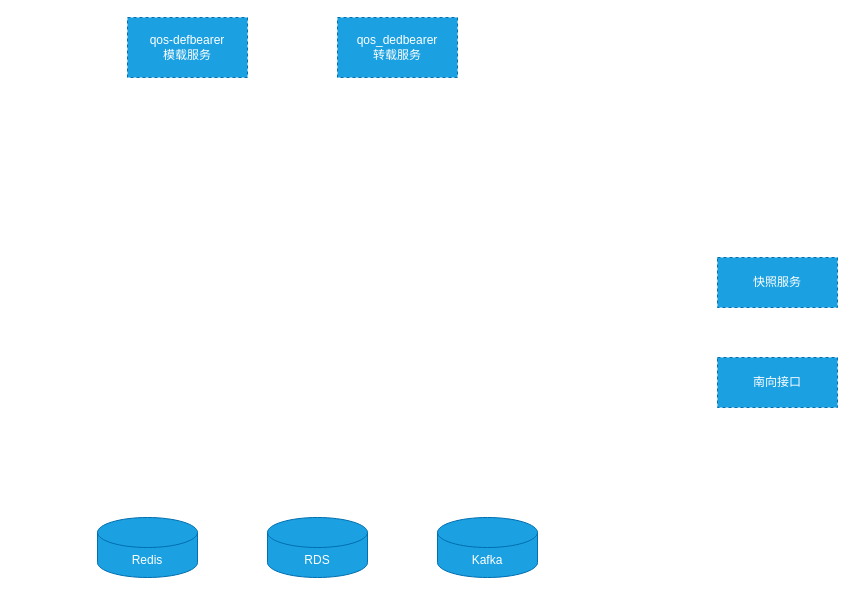
Above: 未命名绘图.drawio in yisish/bookShop (draw.io), before the change. Source tidied: cells renumbered, new cells numbered last; positions are measured from the earlier drawing's top-left corner, leaving out a move shared by most shapes. Both pictures are drawn from the tidied source at 100%, with x=0, y=0 at pixel (97, 17).
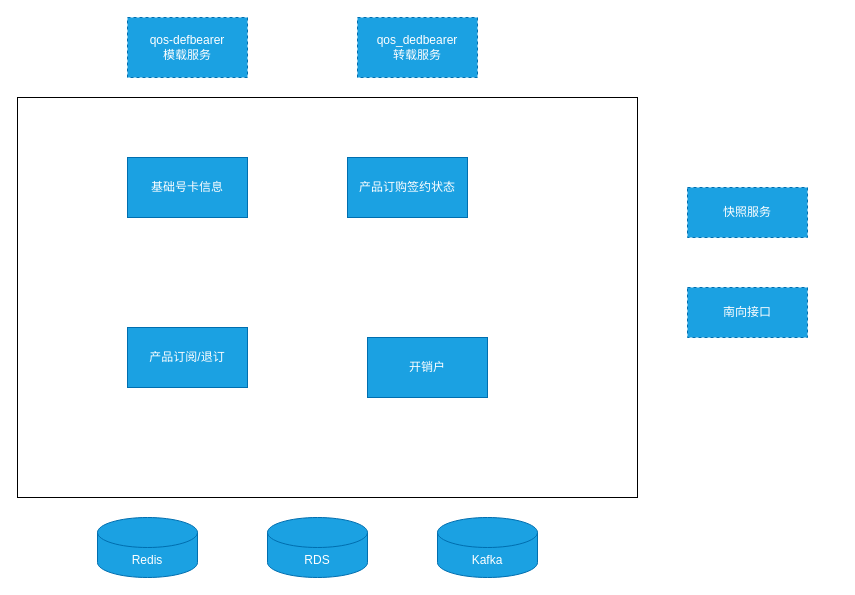
Above is the later version.

Commit message:
用户服务组件图.drawio

Change to the diagram source:
```diff
@@
 <mxGraphModel>
   <root>
     <mxCell id="0" />
     <mxCell id="1" parent="0" />
     <mxCell id="2" value="&lt;div&gt;qos-defbearer&lt;/div&gt;&lt;div&gt;模载服务&lt;/div&gt;" style="rounded=0;whiteSpace=wrap;html=1;fillColor=#1ba1e2;strokeColor=#006EAF;fontColor=#ffffff;dashed=1;" parent="1" vertex="1">
       <mxGeometry x="30" width="120" height="60" as="geometry" />
     </mxCell>
     <mxCell id="3" value="&lt;div&gt;qos_dedbearer&lt;br&gt;&lt;/div&gt;&lt;div&gt;转载服务&lt;/div&gt;" style="rounded=0;whiteSpace=wrap;html=1;fillColor=#1ba1e2;strokeColor=#006EAF;fontColor=#ffffff;dashed=1;" parent="1" vertex="1">
-      <mxGeometry x="240" width="120" height="60" as="geometry" />
+      <mxGeometry x="260" width="120" height="60" as="geometry" />
     </mxCell>
     <mxCell id="4" value="Redis" style="shape=cylinder3;whiteSpace=wrap;html=1;boundedLbl=1;backgroundOutline=1;size=15;fillColor=#1ba1e2;fontColor=#ffffff;strokeColor=#006EAF;" parent="1" vertex="1">
       <mxGeometry y="500" width="100" height="60" as="geometry" />
     </mxCell>
     <mxCell id="5" value="RDS" style="shape=cylinder3;whiteSpace=wrap;html=1;boundedLbl=1;backgroundOutline=1;size=15;fillColor=#1ba1e2;fontColor=#ffffff;strokeColor=#006EAF;" parent="1" vertex="1">
       <mxGeometry x="170" y="500" width="100" height="60" as="geometry" />
     </mxCell>
     <mxCell id="6" value="Kafka" style="shape=cylinder3;whiteSpace=wrap;html=1;boundedLbl=1;backgroundOutline=1;size=15;fillColor=#1ba1e2;fontColor=#ffffff;strokeColor=#006EAF;" parent="1" vertex="1">
       <mxGeometry x="340" y="500" width="100" height="60" as="geometry" />
     </mxCell>
     <mxCell id="7" value="&lt;div&gt;&lt;span style=&quot;background-color: initial;&quot;&gt;快照服务&lt;/span&gt;&lt;br&gt;&lt;/div&gt;" style="rounded=0;whiteSpace=wrap;html=1;fillColor=#1ba1e2;strokeColor=#006EAF;fontColor=#ffffff;dashed=1;" parent="1" vertex="1">
-      <mxGeometry x="620" y="240" width="120" height="50" as="geometry" />
+      <mxGeometry x="590" y="170" width="120" height="50" as="geometry" />
     </mxCell>
     <mxCell id="8" value="&lt;div&gt;南向接口&lt;/div&gt;" style="rounded=0;whiteSpace=wrap;html=1;fillColor=#1ba1e2;strokeColor=#006EAF;fontColor=#ffffff;dashed=1;" parent="1" vertex="1">
-      <mxGeometry x="620" y="340" width="120" height="50" as="geometry" />
+      <mxGeometry x="590" y="270" width="120" height="50" as="geometry" />
     </mxCell>
+    <mxCell id="9" style="rounded=0;whiteSpace=wrap;html=1;" parent="1" vertex="1">
+      <mxGeometry x="-80" y="80" width="620" height="400" as="geometry" />
+    </mxCell>
+    <mxCell id="10" value="基础号卡信息" style="rounded=0;whiteSpace=wrap;html=1;fillColor=#1ba1e2;fontColor=#ffffff;strokeColor=#006EAF;" parent="1" vertex="1">
+      <mxGeometry x="30" y="140" width="120" height="60" as="geometry" />
+    </mxCell>
+    <mxCell id="11" value="开销户" style="rounded=0;whiteSpace=wrap;html=1;fillColor=#1ba1e2;fontColor=#ffffff;strokeColor=#006EAF;" parent="1" vertex="1">
+      <mxGeometry x="270" y="320" width="120" height="60" as="geometry" />
+    </mxCell>
+    <mxCell id="12" value="产品订阅/退订" style="rounded=0;whiteSpace=wrap;html=1;fillColor=#1ba1e2;fontColor=#ffffff;strokeColor=#006EAF;" parent="1" vertex="1">
+      <mxGeometry x="30" y="310" width="120" height="60" as="geometry" />
+    </mxCell>
+    <mxCell id="13" value="产品订购签约状态" style="rounded=0;whiteSpace=wrap;html=1;fillColor=#1ba1e2;fontColor=#ffffff;strokeColor=#006EAF;" parent="1" vertex="1">
+      <mxGeometry x="250" y="140" width="120" height="60" as="geometry" />
+    </mxCell>
   </root>
 </mxGraphModel>
```
